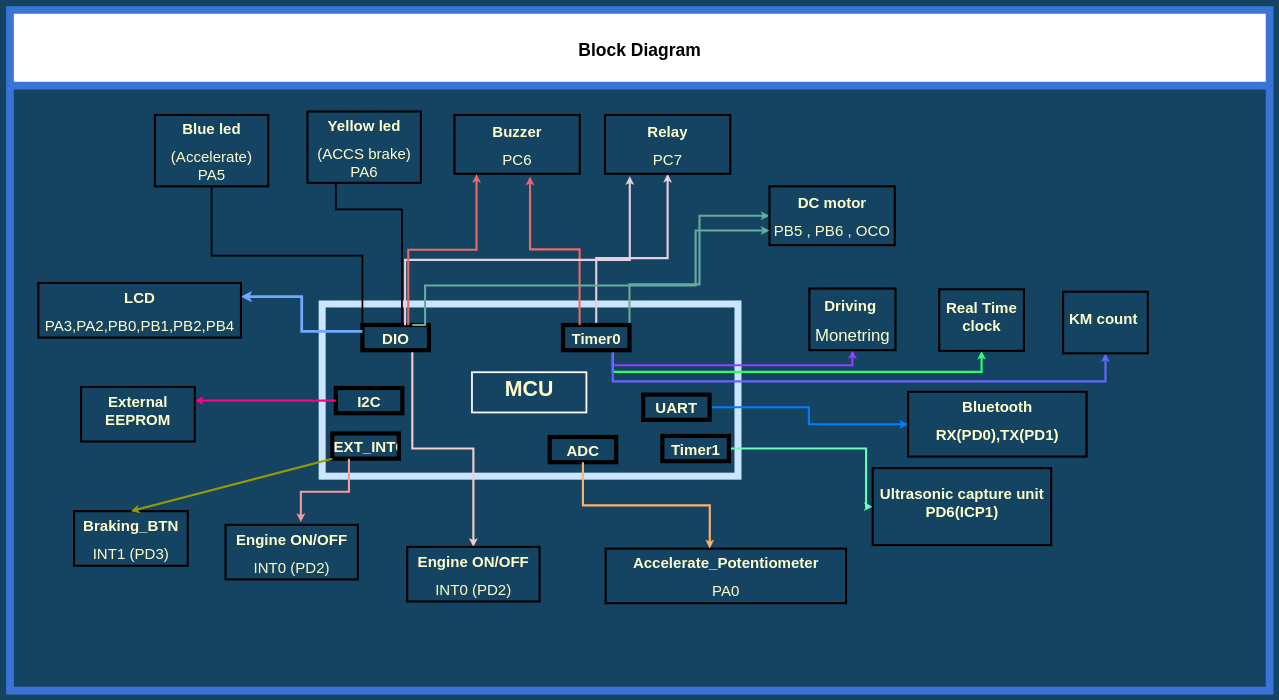
The draw.io diagram BlockDiagram.drawio in HESHAM47GAMAL/ADAS_Bluetooth_Car_system, before the edit. Source tidied: cells renumbered, new cells numbered last; positions are measured from the earlier drawing's top-left corner, leaving out a move shared by most shapes. Both pictures are drawn from the tidied source at 35%, with x=0, y=0 at pixel (10, 10).
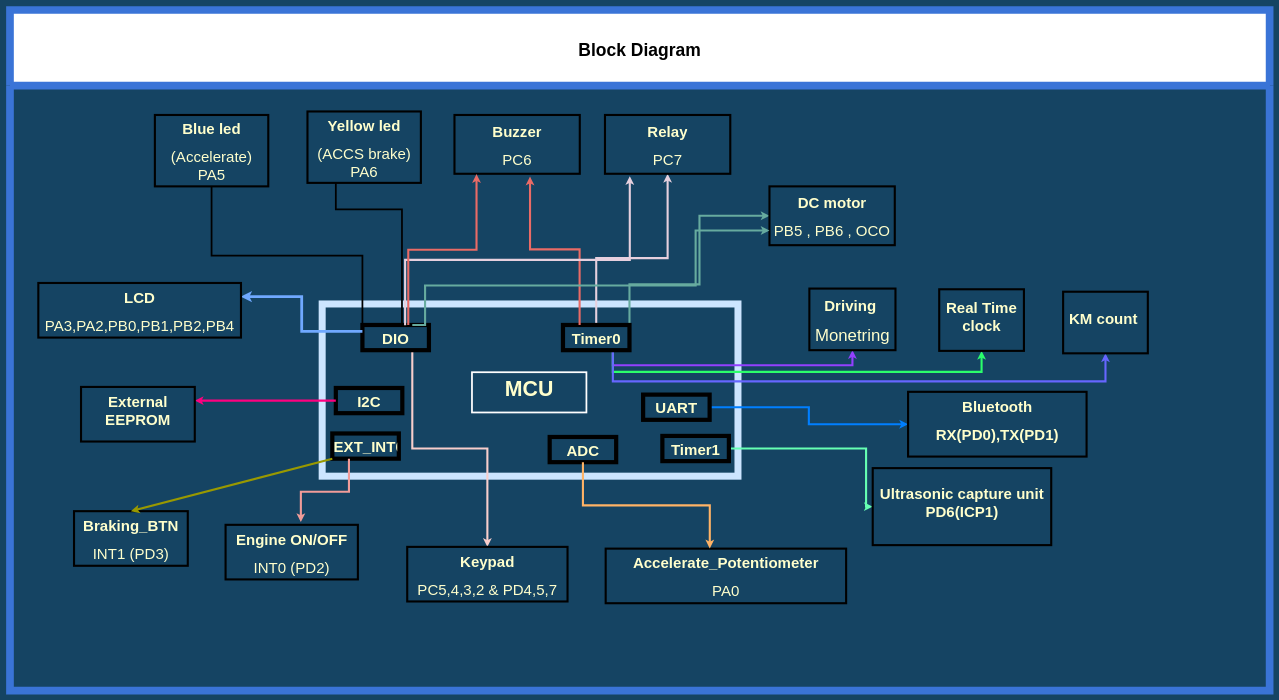
After the change.

Commit message (it also covers changes not shown here):
update block diagram and take image for it

The change refers to these unchanged cells:
```xml
<mxCell id="2" value="Block Diagram" style="swimlane;startSize=216;fontSize=50;strokeColor=#3A74D7;strokeWidth=22;" parent="1" vertex="1">
  <mxGeometry width="3599" height="1945" as="geometry" />
</mxCell>
```

Diff of the diagram source:
```diff
@@
-    <mxCell id="46" value="&lt;h1 style=&quot;font-size: 43px;&quot;&gt;&lt;font color=&quot;#ffffcc&quot;&gt;Engine ON/OFF&lt;/font&gt;&lt;/h1&gt;&lt;div style=&quot;font-size: 43px;&quot;&gt;&lt;font style=&quot;font-size: 43px;&quot; color=&quot;#ffffcc&quot;&gt;INT0 (PD2)&lt;/font&gt;&lt;/div&gt;" style="text;html=1;spacing=5;spacingTop=-20;whiteSpace=wrap;overflow=hidden;rounded=0;align=center;verticalAlign=middle;strokeColor=#000000;strokeWidth=6;" parent="2" vertex="1">
-      <mxGeometry x="1135" y="1534" width="378" height="156" as="geometry" />
+    <mxCell id="46" value="&lt;h1 style=&quot;font-size: 43px;&quot;&gt;&lt;font color=&quot;#ffffcc&quot;&gt;Keypad&lt;/font&gt;&lt;/h1&gt;&lt;div style=&quot;font-size: 43px;&quot;&gt;&lt;font color=&quot;#ffffcc&quot;&gt;PC5,4,3,2 &amp;amp; PD4,5,7&lt;/font&gt;&lt;/div&gt;" style="text;html=1;spacing=5;spacingTop=-20;whiteSpace=wrap;overflow=hidden;rounded=0;align=center;verticalAlign=middle;strokeColor=#000000;strokeWidth=6;" parent="2" vertex="1">
+      <mxGeometry x="1135" y="1534" width="458" height="156" as="geometry" />
     </mxCell>
```
